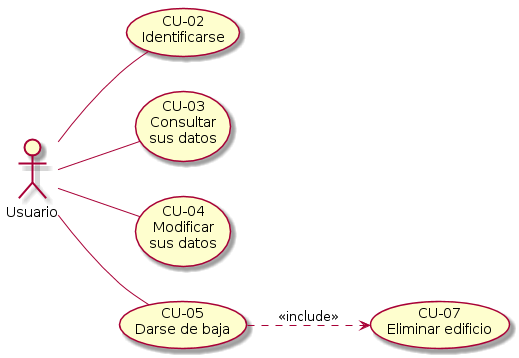
This is Integrador/PCHouse/UMLDoc/Diagrama Casos de Uso/diagrama_de_casos_de_uso_datosusuario.png from ulisescolina/UC-POOII, a PlantUML export, as it was before one commit. Source of this version:
```plantuml
@startuml diagrama_de_casos_de_uso_datosusuario.png
left to right direction
:Usuario: -- (CU-02\nIdentificarse)
:Usuario: -- (CU-03\nConsultar\nsus datos)
:Usuario: -- (CU-04\nModificar\nsus datos)
:Usuario: -- (CU-05\nDarse de baja)
(CU-05\nDarse de baja) ..> (CU-07\nEliminar edificio): <<include>>
@enduml
```
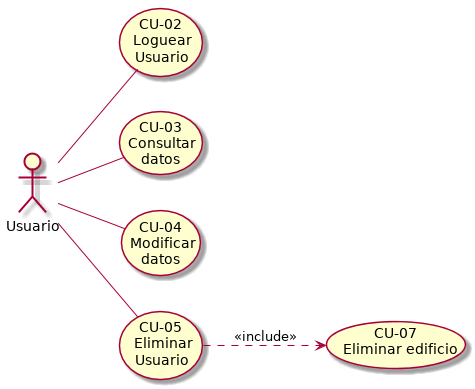
The same diagram one commit later.

Commit message:
Diagramas de Casos de Uso: agrego correcciones que responden a las acotaciones del profesor

Diff of the diagram source:
```diff
@@ -1,8 +1,8 @@
 @startuml diagrama_de_casos_de_uso_datosusuario.png
 left to right direction
-:Usuario: -- (CU-02\nIdentificarse)
-:Usuario: -- (CU-03\nConsultar\nsus datos)
-:Usuario: -- (CU-04\nModificar\nsus datos)
-:Usuario: -- (CU-05\nDarse de baja)
-(CU-05\nDarse de baja) ..> (CU-07\nEliminar edificio): <<include>>
+:Usuario: -- (CU-02\nLoguear\nUsuario)
+:Usuario: -- (CU-03\nConsultar\ndatos)
+:Usuario: -- (CU-04\nModificar\ndatos)
+:Usuario: -- (CU-05\nEliminar\nUsuario)
+(CU-05\nEliminar\nUsuario) ..> (CU-07\nEliminar edificio): <<include>>
 @enduml
```
